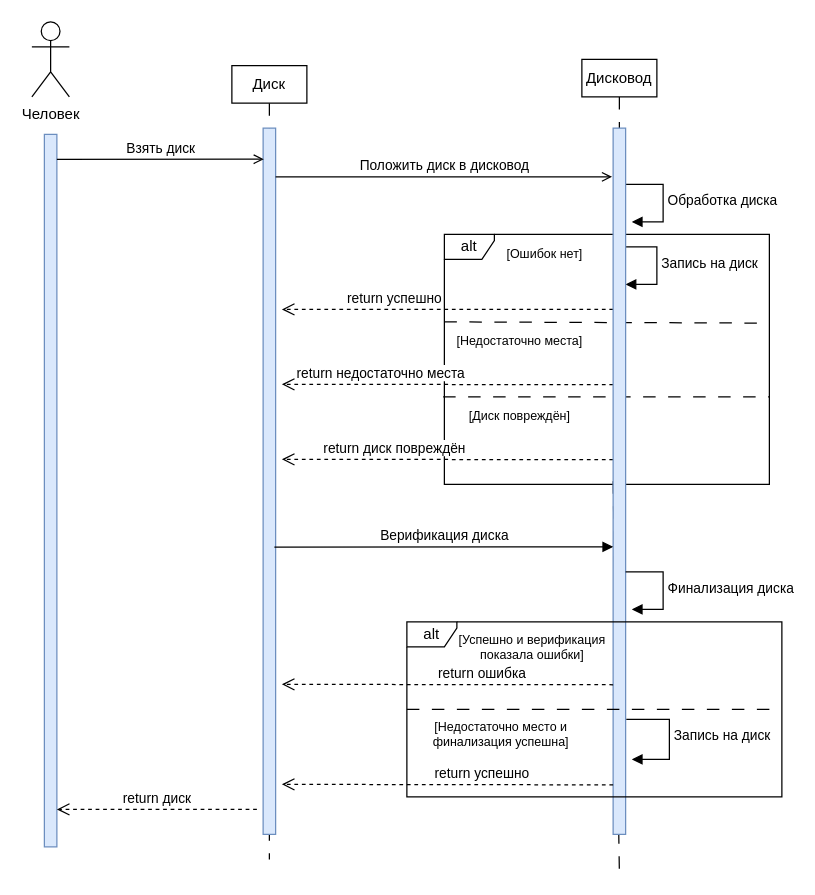
Earlier version of the draw.io diagram Diagram Sequence.drawio (VyugaSW/Diagrams_1). Source tidied: cells renumbered, new cells numbered last; positions are measured from the earlier drawing's top-left corner, leaving out a move shared by most shapes. Both pictures are drawn from the tidied source at 125%, with x=0, y=0 at pixel (31, 21).
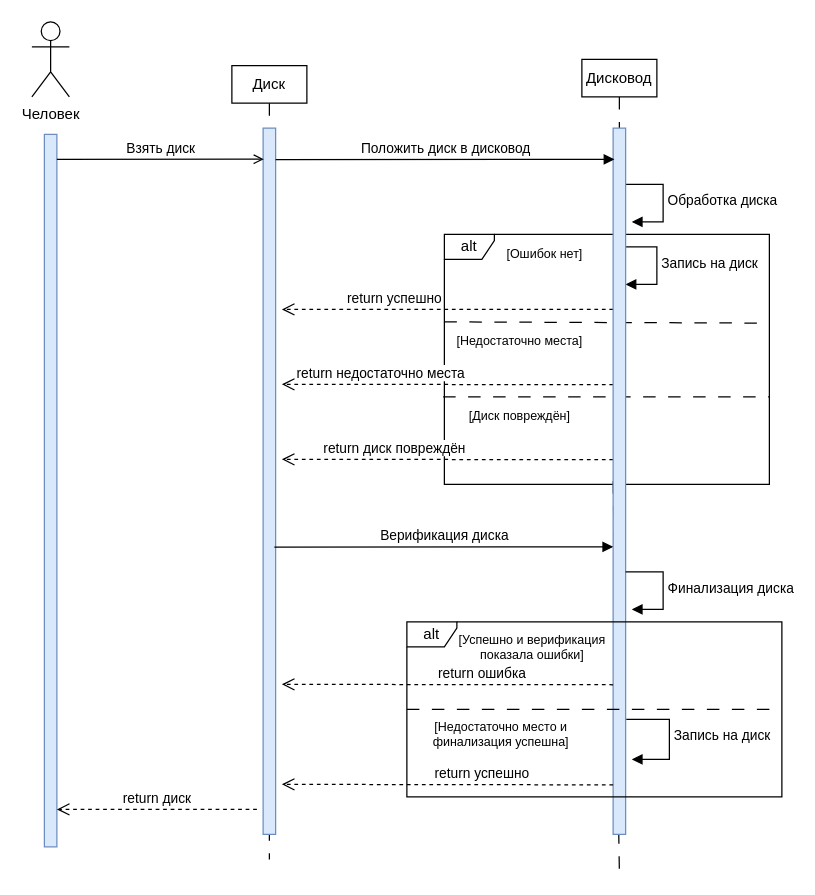
The same diagram, later.

The change refers to these unchanged cells:
```xml
<mxCell id="22" style="rounded=0;whiteSpace=wrap;html=1;direction=south;fillColor=#dae8fc;strokeColor=#6c8ebf;" parent="1" vertex="1">
  <mxGeometry x="465" y="85" width="10" height="565" as="geometry" />
</mxCell>
```

What changed in the source:
```diff
@@
-    <mxCell id="34" value="Положить диск в дисковод" style="endArrow=open;html=1;rounded=0;align=center;verticalAlign=bottom;endFill=0;labelBackgroundColor=none;entryX=0.069;entryY=1.086;entryDx=0;entryDy=0;entryPerimeter=0;" parent="1" edge="1" target="22">
+    <mxCell id="34" value="Положить диск в дисковод" style="html=1;verticalAlign=bottom;endArrow=block;edgeStyle=elbowEdgeStyle;elbow=vertical;curved=0;rounded=0;entryX=0.052;entryY=0.943;entryDx=0;entryDy=0;entryPerimeter=0;" parent="1" edge="1">
       <mxGeometry relative="1" as="geometry">
-        <mxPoint x="195" y="124" as="sourcePoint" />
+        <mxPoint x="195" y="110.2" as="sourcePoint" />
+        <mxPoint x="466" y="110" as="targetPoint" />
       </mxGeometry>
     </mxCell>
-    <mxCell id="35" style="html=1;align=center;verticalAlign=top;labelBackgroundColor=none;" parent="34" vertex="1">
-      <mxGeometry relative="1" as="geometry" />
-    </mxCell>
```
